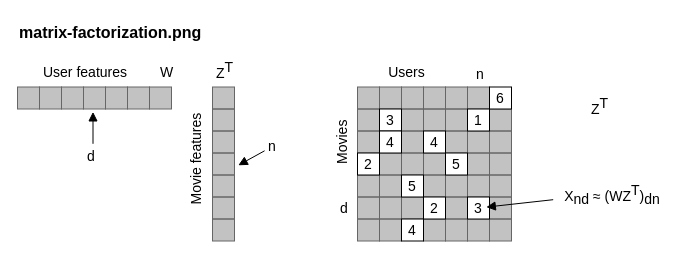
The draw.io diagram assets/linear-regression-matrix-factorization/linear-regression-matrix-factorization.drawio in brunomaga/brunomaga.github.io, before the edit. Source tidied: cells renumbered, new cells numbered last; positions are measured from the earlier drawing's top-left corner, leaving out a move shared by most shapes. Both pictures are drawn from the tidied source at 100%, with x=0, y=0 at pixel (17, 17).
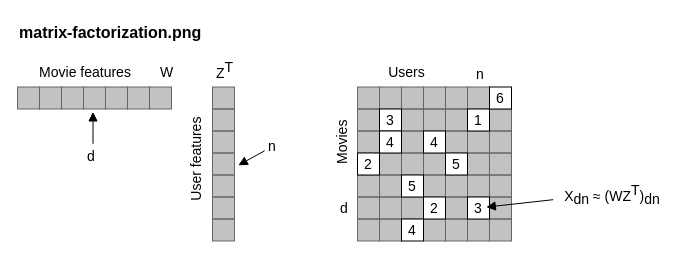
The same diagram, later.

The change refers to these unchanged cells:
```xml
<mxCell id="3" style="group;" parent="1" vertex="1">
  <mxGeometry y="40" width="644.4" height="183.5" as="geometry" />
</mxCell>
```

What changed in the source:
```diff
@@
-    <mxCell id="67" value="User features" style="text;html=1;whiteSpace=wrap;align=center;verticalAlign=middle;fontSize=14;" parent="3" vertex="1">
-      <mxGeometry x="24.3" y="5.3" width="88" height="20" as="geometry" />
+    <mxCell id="67" value="Movie features" style="text;html=1;whiteSpace=wrap;align=center;verticalAlign=middle;fontSize=14;" parent="3" vertex="1">
+      <mxGeometry x="18.4" y="5.3" width="99.8" height="20" as="geometry" />
     </mxCell>
@@
-    <mxCell id="75" value="Z&lt;sup style=&quot;font-size:14px&quot;&gt;T&lt;/sup&gt;" style="text;html=1;whiteSpace=wrap;align=center;verticalAlign=middle;fontSize=14;" parent="3" vertex="1">
-      <mxGeometry x="571.7" y="35.6" width="21.1" height="26" as="geometry" />
-    </mxCell>
-    <mxCell id="76" value="X&lt;sub style=&quot;font-size:14px&quot;&gt;nd&lt;/sub&gt; ≈ (WZ&lt;sup style=&quot;font-size:14px&quot;&gt;T&lt;/sup&gt;)&lt;sub style=&quot;font-size:14px&quot;&gt;dn&lt;/sub&gt;" style="text;html=1;whiteSpace=wrap;align=center;verticalAlign=middle;fontSize=14;" parent="3" vertex="1">
+    <mxCell id="76" value="X&lt;sub style=&quot;font-size:14px&quot;&gt;dn&lt;/sub&gt; ≈ (WZ&lt;sup style=&quot;font-size:14px&quot;&gt;T&lt;/sup&gt;)&lt;sub style=&quot;font-size:14px&quot;&gt;dn&lt;/sub&gt;" style="text;html=1;whiteSpace=wrap;align=center;verticalAlign=middle;fontSize=14;" parent="3" vertex="1">
       <mxGeometry x="544.9" y="124.8" width="99.6" height="26" as="geometry" />
     </mxCell>
-    <mxCell id="77" value="Movie features" style="text;html=1;whiteSpace=wrap;align=center;verticalAlign=middle;fontSize=14;rotation=-90;" parent="3" vertex="1">
+    <mxCell id="77" value="User features" style="text;html=1;whiteSpace=wrap;align=center;verticalAlign=middle;fontSize=14;rotation=-90;" parent="3" vertex="1">
       <mxGeometry x="131.3" y="92.4" width="95.8" height="18" as="geometry" />
     </mxCell>
```
